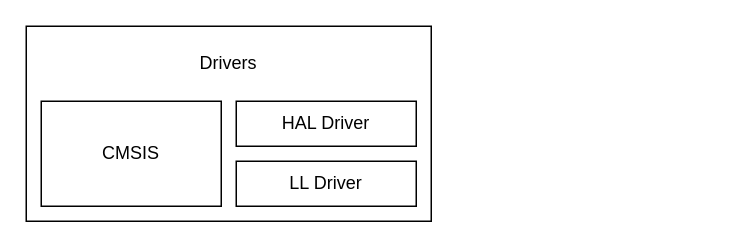
Above: Untitled Diagram.drawio in SummerFalls/DrawIO (draw.io), before the change. Source tidied: cells renumbered, new cells numbered last; positions are measured from the earlier drawing's top-left corner, leaving out a move shared by most shapes. Both pictures are drawn from the tidied source at 150%, with x=0, y=0 at pixel (26, 26).
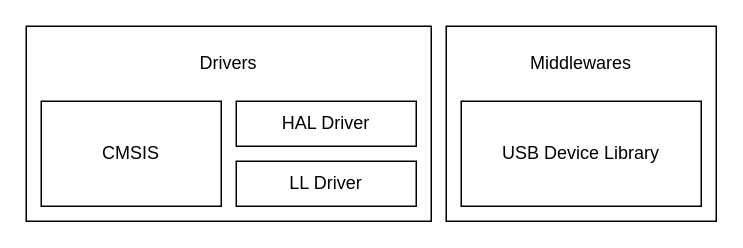
After the change.

What changed in the source:
```diff
@@
 <mxGraphModel>
   <root>
     <mxCell id="0" />
     <mxCell id="1" parent="0" />
     <mxCell id="2" style="group;" parent="1" vertex="1">
       <mxGeometry width="270" height="130" as="geometry" />
     </mxCell>
     <mxCell id="3" style="rounded=0;whiteSpace=wrap;html=1;" parent="2" vertex="1">
       <mxGeometry width="270" height="130" as="geometry" />
     </mxCell>
     <mxCell id="4" value="CMSIS" style="rounded=0;whiteSpace=wrap;html=1;" parent="2" vertex="1">
       <mxGeometry x="10" y="50" width="120" height="70" as="geometry" />
     </mxCell>
     <mxCell id="5" value="HAL Driver" style="rounded=0;whiteSpace=wrap;html=1;" parent="2" vertex="1">
       <mxGeometry x="140" y="50" width="120" height="30" as="geometry" />
     </mxCell>
     <mxCell id="6" value="Drivers" style="text;html=1;strokeColor=none;fillColor=none;align=center;verticalAlign=middle;whiteSpace=wrap;rounded=0;" parent="2" vertex="1">
       <mxGeometry x="10" y="10" width="250" height="30" as="geometry" />
     </mxCell>
     <mxCell id="7" value="LL Driver" style="rounded=0;whiteSpace=wrap;html=1;" parent="2" vertex="1">
       <mxGeometry x="140" y="90" width="120" height="30" as="geometry" />
     </mxCell>
+    <mxCell id="8" style="rounded=0;whiteSpace=wrap;html=1;" parent="1" vertex="1">
+      <mxGeometry x="280" width="180" height="130" as="geometry" />
+    </mxCell>
+    <mxCell id="9" value="USB Device Library" style="rounded=0;whiteSpace=wrap;html=1;" parent="1" vertex="1">
+      <mxGeometry x="290" y="50" width="160" height="70" as="geometry" />
+    </mxCell>
+    <mxCell id="10" value="Middlewares" style="text;html=1;strokeColor=none;fillColor=none;align=center;verticalAlign=middle;whiteSpace=wrap;rounded=0;" parent="1" vertex="1">
+      <mxGeometry x="320" y="10" width="100" height="30" as="geometry" />
+    </mxCell>
   </root>
 </mxGraphModel>
```
